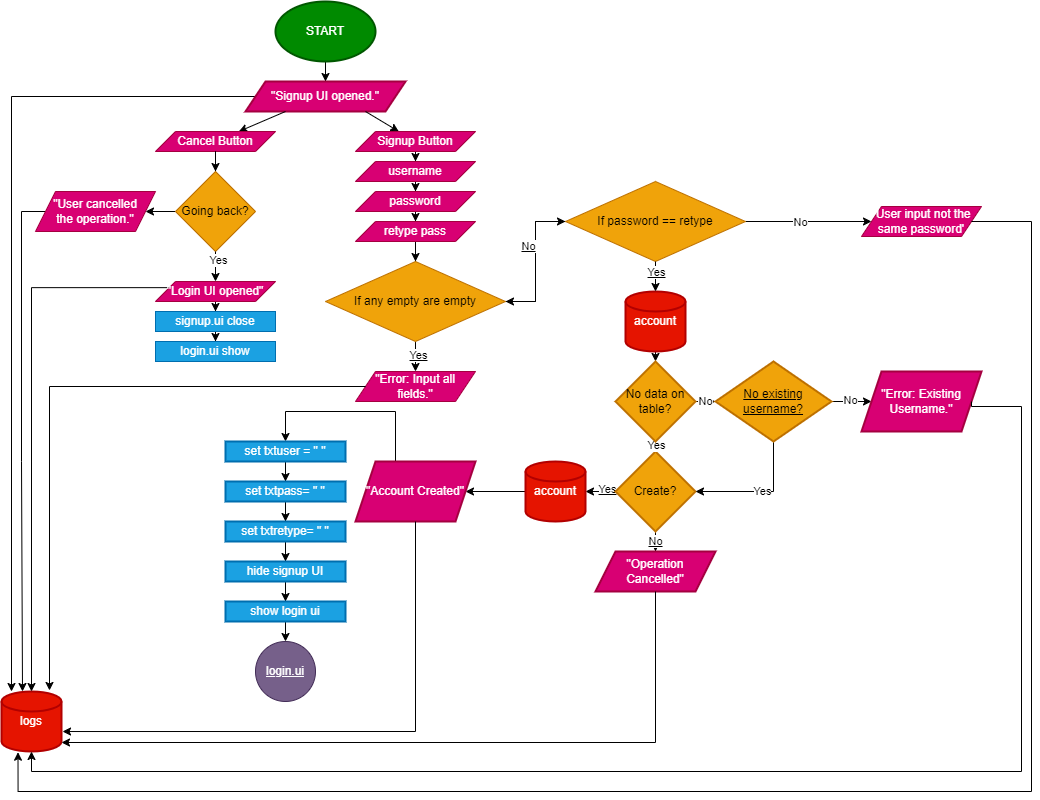
JiheoneyBaek/clinical_health_record_app_project keeps this draw.io diagram as flowchart/Signup.png. Above is the earlier version. Source tidied: cells renumbered, new cells last; positions are measured from the earlier drawing's top-left corner, leaving out a move shared by most shapes.
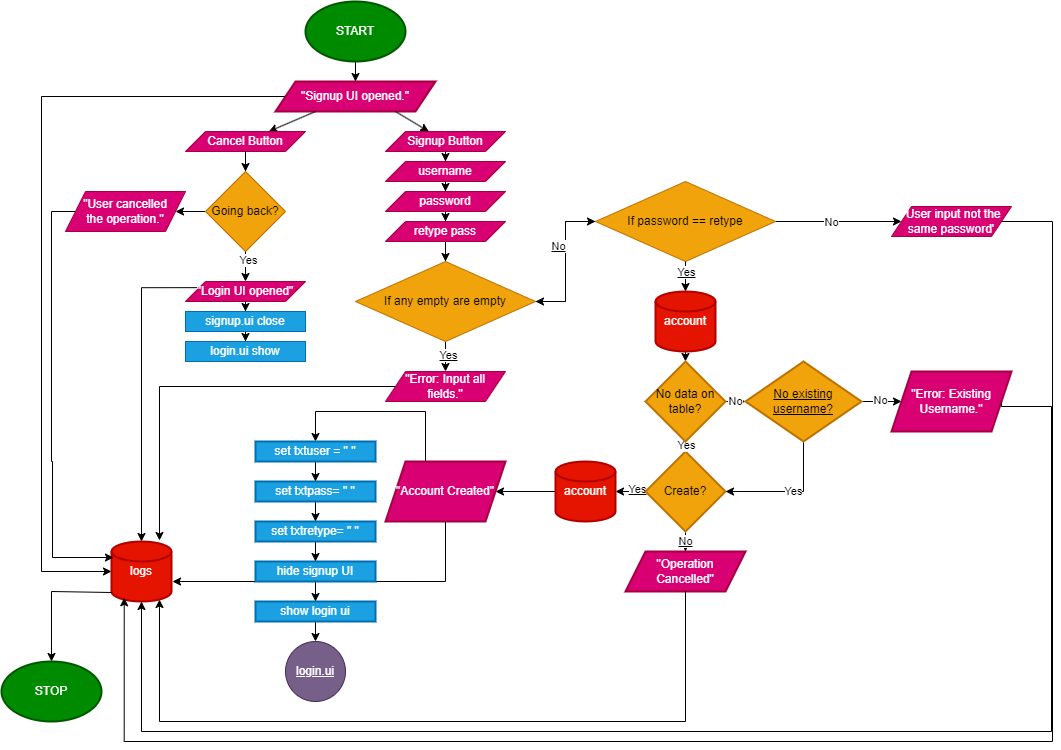
Above is the later version.

Change to the diagram source:
```diff
@@ -67,7 +67,7 @@
       <mxGeometry x="354" y="370" width="120" height="30" as="geometry" />
     </mxCell>
     <mxCell id="22" value="logs" style="strokeWidth=2;html=1;shape=mxgraph.flowchart.database;whiteSpace=wrap;fillColor=#e51400;fontColor=#ffffff;strokeColor=#B20000;" parent="1" vertex="1">
-      <mxGeometry y="690" width="60" height="60" as="geometry" />
+      <mxGeometry x="80" y="540" width="60" height="60" as="geometry" />
     </mxCell>
     <mxCell id="23" style="edgeStyle=orthogonalEdgeStyle;rounded=0;jettySize=auto;html=1;entryX=0.8;entryY=-0.017;entryDx=0;entryDy=0;entryPerimeter=0;" parent="1" edge="1" source="21" target="22">
       <mxGeometry relative="1" as="geometry" />
@@ -174,8 +174,13 @@
     <mxCell id="53" value="&quot;Operation&lt;br&gt;Cancelled&quot;" style="shape=parallelogram;perimeter=parallelogramPerimeter;whiteSpace=wrap;html=1;fixedSize=1;strokeWidth=2;fillColor=#d80073;fontColor=#ffffff;strokeColor=#A50040;" parent="1" vertex="1">
       <mxGeometry x="594" y="550" width="120" height="40" as="geometry" />
     </mxCell>
-    <mxCell id="54" style="edgeStyle=orthogonalEdgeStyle;rounded=0;jettySize=auto;html=1;exitX=0.5;exitY=1;exitDx=0;exitDy=0;entryX=1;entryY=0.85;entryDx=0;entryDy=0;entryPerimeter=0;" parent="1" edge="1" source="53" target="22">
-      <mxGeometry relative="1" as="geometry" />
+    <mxCell id="54" style="edgeStyle=orthogonalEdgeStyle;rounded=0;jettySize=auto;html=1;exitX=0.5;exitY=1;exitDx=0;exitDy=0;entryX=0.8;entryY=0.967;entryDx=0;entryDy=0;entryPerimeter=0;" parent="1" edge="1" source="53" target="22">
+      <mxGeometry relative="1" as="geometry">
+        <Array as="points">
+          <mxPoint x="654" y="720" />
+          <mxPoint x="128" y="720" />
+        </Array>
+      </mxGeometry>
     </mxCell>
     <mxCell id="55" style="edgeStyle=orthogonalEdgeStyle;rounded=0;jettySize=auto;html=1;exitX=0.5;exitY=1;exitDx=0;exitDy=0;entryX=0.5;entryY=0;entryDx=0;entryDy=0;" parent="1" edge="1" source="58" target="36">
       <mxGeometry relative="1" as="geometry" />
@@ -210,21 +215,22 @@
     <mxCell id="65" style="edgeStyle=orthogonalEdgeStyle;rounded=0;jettySize=auto;html=1;exitX=1;exitY=0.5;exitDx=0;exitDy=0;entryX=0.5;entryY=1;entryDx=0;entryDy=0;entryPerimeter=0;" parent="1" edge="1" source="64" target="22">
       <mxGeometry relative="1" as="geometry">
         <Array as="points">
+          <mxPoint x="970" y="405" />
           <mxPoint x="1020" y="405" />
-          <mxPoint x="1020" y="770" />
-          <mxPoint x="30" y="770" />
+          <mxPoint x="1020" y="730" />
+          <mxPoint x="110" y="730" />
         </Array>
       </mxGeometry>
     </mxCell>
     <mxCell id="66" value="&quot;User input not the same password'" style="shape=parallelogram;perimeter=parallelogramPerimeter;whiteSpace=wrap;html=1;fixedSize=1;fillColor=#d80073;fontColor=#ffffff;strokeColor=#A50040;" parent="1" vertex="1">
       <mxGeometry x="860" y="205" width="120" height="30" as="geometry" />
     </mxCell>
-    <mxCell id="67" style="edgeStyle=orthogonalEdgeStyle;rounded=0;jettySize=auto;html=1;exitX=1;exitY=0.5;exitDx=0;exitDy=0;entryX=0.275;entryY=1.012;entryDx=0;entryDy=0;entryPerimeter=0;" parent="1" edge="1" source="66" target="22">
+    <mxCell id="67" style="edgeStyle=orthogonalEdgeStyle;rounded=0;jettySize=auto;html=1;entryX=0.212;entryY=0.938;entryDx=0;entryDy=0;entryPerimeter=0;exitX=1;exitY=0.5;exitDx=0;exitDy=0;" parent="1" edge="1" source="66" target="22">
       <mxGeometry relative="1" as="geometry">
         <Array as="points">
-          <mxPoint x="1030" y="220" />
-          <mxPoint x="1030" y="790" />
-          <mxPoint x="17" y="790" />
+          <mxPoint x="1021" y="220" />
+          <mxPoint x="1021" y="740" />
+          <mxPoint x="93" y="740" />
         </Array>
       </mxGeometry>
     </mxCell>
@@ -261,18 +267,28 @@
     <mxCell id="78" value="Yes" style="edgeLabel;html=1;align=center;verticalAlign=middle;" parent="77" vertex="1">
       <mxGeometry x="-0.47" y="2" relative="1" as="geometry" />
     </mxCell>
-    <mxCell id="79" style="edgeStyle=orthogonalEdgeStyle;rounded=0;jettySize=auto;html=1;exitX=0;exitY=0.5;exitDx=0;exitDy=0;" parent="1" edge="1" source="80">
+    <mxCell id="79" style="edgeStyle=orthogonalEdgeStyle;rounded=0;jettySize=auto;html=1;exitX=0;exitY=0.5;exitDx=0;exitDy=0;entryX=0.033;entryY=0.267;entryDx=0;entryDy=0;entryPerimeter=0;" parent="1" edge="1" source="80" target="22">
       <mxGeometry relative="1" as="geometry">
-        <mxPoint x="20" y="690" as="targetPoint" />
         <Array as="points">
           <mxPoint x="20" y="210" />
           <mxPoint x="20" y="460" />
           <mxPoint x="21" y="460" />
+          <mxPoint x="21" y="556" />
         </Array>
       </mxGeometry>
     </mxCell>
     <mxCell id="80" value="&quot;User cancelled&lt;br&gt;the operation.&quot;" style="shape=parallelogram;perimeter=parallelogramPerimeter;whiteSpace=wrap;html=1;fixedSize=1;fillColor=#d80073;fontColor=#ffffff;strokeColor=#A50040;" parent="1" vertex="1">
       <mxGeometry x="34" y="190" width="120" height="40" as="geometry" />
     </mxCell>
+    <mxCell id="81" value="STOP" style="strokeWidth=2;html=1;shape=mxgraph.flowchart.start_1;whiteSpace=wrap;fillColor=#008a00;fontColor=#ffffff;strokeColor=#005700;" parent="1" vertex="1">
+      <mxGeometry x="-30" y="660" width="100" height="60" as="geometry" />
+    </mxCell>
+    <mxCell id="82" style="endArrow=classic;html=1;rounded=0;exitX=0;exitY=0.85;exitDx=0;exitDy=0;exitPerimeter=0;entryX=0.5;entryY=0;entryDx=0;entryDy=0;entryPerimeter=0;" parent="1" edge="1" source="22" target="81">
+      <mxGeometry relative="1" as="geometry">
+        <Array as="points">
+          <mxPoint x="20" y="590" />
+        </Array>
+      </mxGeometry>
+    </mxCell>
   </root>
 </mxGraphModel>
```
